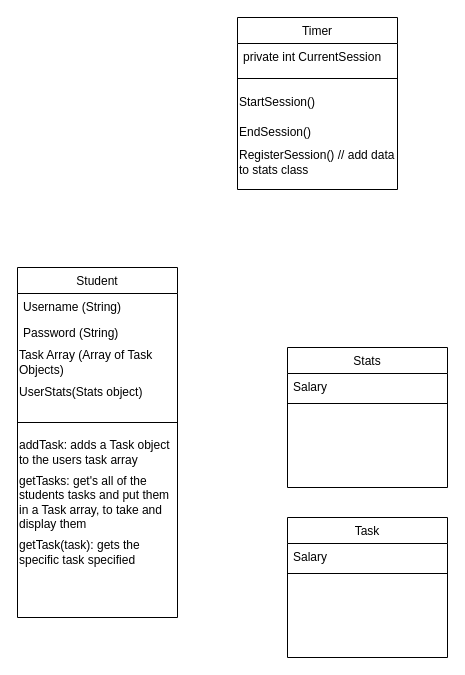
The draw.io diagram Untitled Diagram.drawio in DROFEL/Please_Compile_ProSchoolar, before the edit. Source tidied: cells renumbered, new cells numbered last; positions are measured from the earlier drawing's top-left corner, leaving out a move shared by most shapes. Both pictures are drawn from the tidied source at 100%, with x=0, y=0 at pixel (17, 17).
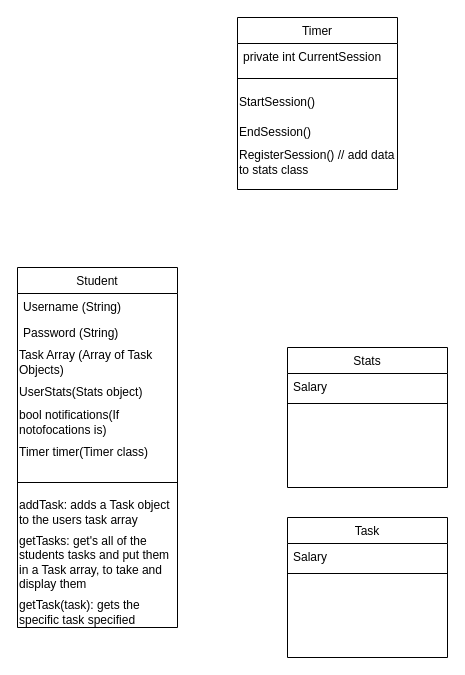
After the change.

The edit, as a diff of the source:
```diff
@@
     <mxCell id="2" value="Student" style="swimlane;fontStyle=0;align=center;verticalAlign=top;horizontal=1;startSize=26;rounded=0;shadow=0;strokeWidth=1;" parent="1" vertex="1">
-      <mxGeometry y="250" width="160" height="350" as="geometry" />
+      <mxGeometry y="250" width="160" height="360" as="geometry" />
     </mxCell>
@@
+    <mxCell id="23" value="bool notifications(If notofocations is)" style="text;html=1;strokeColor=none;fillColor=none;align=left;verticalAlign=middle;whiteSpace=wrap;rounded=0;" parent="2" vertex="1">
+      <mxGeometry y="140" width="160" height="30" as="geometry" />
+    </mxCell>
+    <mxCell id="24" value="Timer timer(Timer class)" style="text;html=1;strokeColor=none;fillColor=none;align=left;verticalAlign=middle;whiteSpace=wrap;rounded=0;" parent="2" vertex="1">
+      <mxGeometry y="170" width="160" height="30" as="geometry" />
+    </mxCell>
     <mxCell id="7" style="line;html=1;strokeWidth=1;align=left;verticalAlign=middle;spacingTop=-1;spacingLeft=3;spacingRight=3;labelPosition=right;" parent="2" vertex="1">
-      <mxGeometry y="140" width="160" height="30" as="geometry" />
+      <mxGeometry y="200" width="160" height="30" as="geometry" />
     </mxCell>
     <mxCell id="8" value="addTask: adds a Task object to the users task array" style="text;html=1;strokeColor=none;fillColor=none;align=left;verticalAlign=middle;whiteSpace=wrap;rounded=0;" parent="2" vertex="1">
-      <mxGeometry y="170" width="160" height="30" as="geometry" />
+      <mxGeometry y="230" width="160" height="30" as="geometry" />
     </mxCell>
     <mxCell id="9" value="getTasks: get's all of the students tasks and put them in a Task array, to take and display them" style="text;html=1;strokeColor=none;fillColor=none;align=left;verticalAlign=middle;whiteSpace=wrap;rounded=0;" parent="2" vertex="1">
-      <mxGeometry y="200" width="160" height="70" as="geometry" />
+      <mxGeometry y="260" width="160" height="70" as="geometry" />
     </mxCell>
     <mxCell id="10" value="getTask(task): gets the specific task specified" style="text;html=1;strokeColor=none;fillColor=none;align=left;verticalAlign=middle;whiteSpace=wrap;rounded=0;" parent="2" vertex="1">
-      <mxGeometry y="270" width="160" height="30" as="geometry" />
+      <mxGeometry y="330" width="160" height="30" as="geometry" />
     </mxCell>
```
